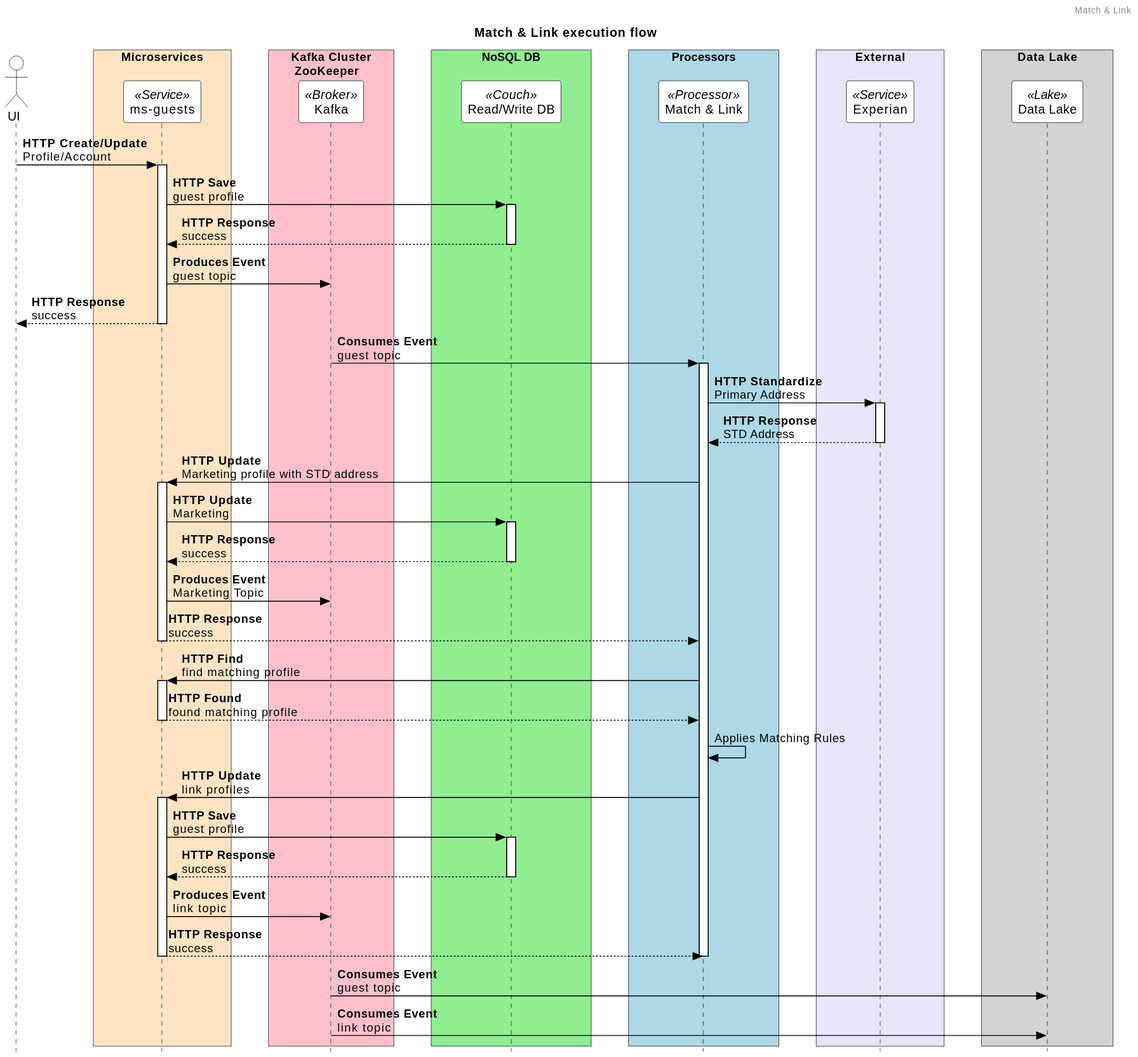
The PlantUML diagram dist/assets/diagrams/sequence/match-link-initial.svg in kaaljabr/presentation, before a commit.
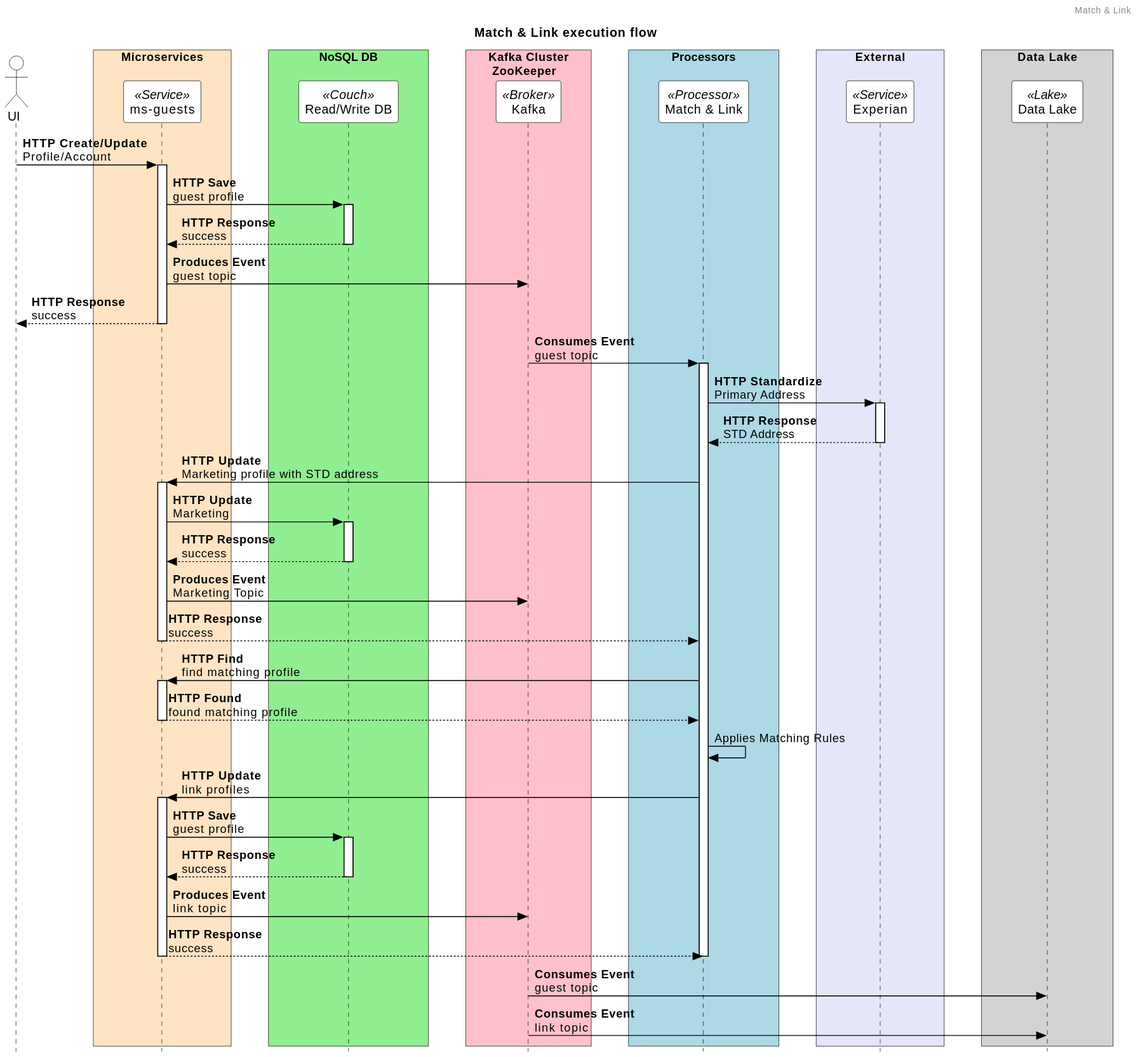
Above is the later version.

Diff of the diagram source:
```diff
@@ -10,12 +10,12 @@
     participant "ms-guests" as ms_guests <<Service>>
 end box
 
+box "NoSQL DB" #LightGreen
+    participant "Read/Write DB" as couch <<Couch>>
+end box
+
 box "Kafka Cluster\n ZooKeeper" #Pink
     participant "Kafka" as broker <<Broker>>
-end box
-
-box "NoSQL DB" #LightGreen
-    participant "Read/Write DB" as couch <<Couch>>
 end box
 
 box "Processors" #LightBlue
```
